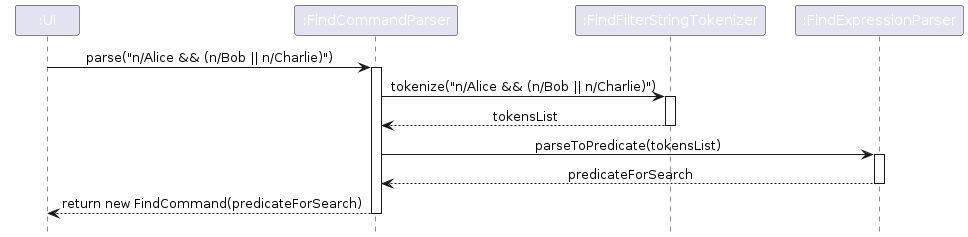
kokrui/tp keeps this PlantUML diagram as diagrams/find-command/FindCommandParserSequenceDiagram.png. Above is the earlier version. Its source is kept beside it as diagrams/find-command/FindCommandParserSequenceDiagram.puml.
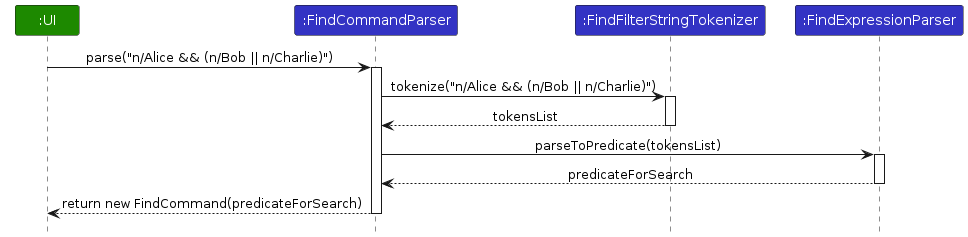
Later version of the same file.

Diff of the diagram source:
```diff
@@ -2,10 +2,10 @@
 !include ../style.puml
 skinparam ArrowFontStyle plain
 
-participant ":UI" as UI
-participant ":FindCommandParser" as FCP
-participant ":FindFilterStringTokenizer" as Tokenizer
-participant ":FindExpressionParser" as Parser
+participant ":UI" as UI UI_COLOR
+participant ":FindCommandParser" as FCP LOGIC_COLOR
+participant ":FindFilterStringTokenizer" as Tokenizer LOGIC_COLOR
+participant ":FindExpressionParser" as Parser LOGIC_COLOR
 
 UI -> FCP: parse("n/Alice && (n/Bob || n/Charlie)")
 activate FCP
```
